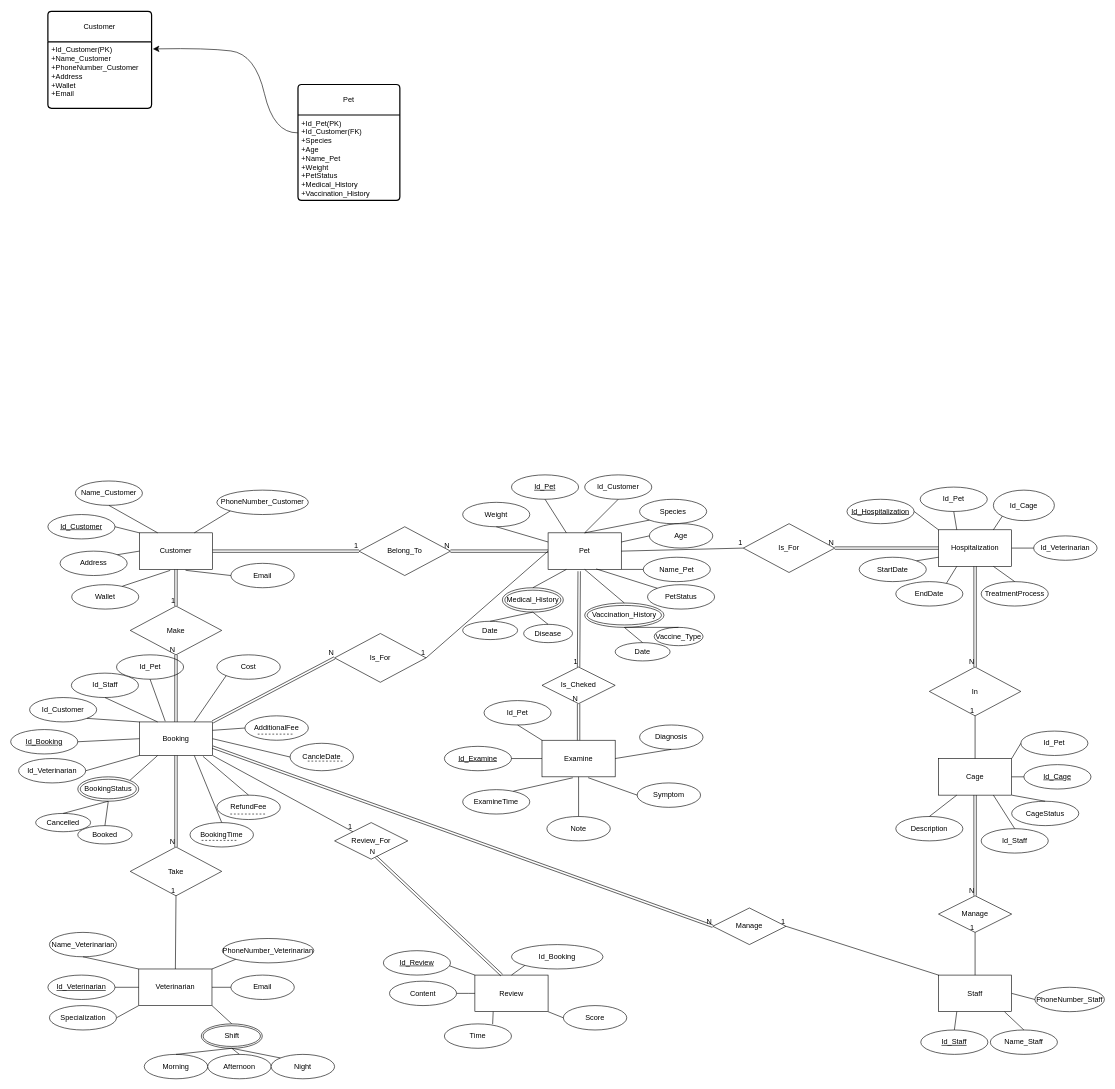
Above: ERDOfProject.drawio in haq1904/PetHealthCareSystemProject (draw.io), before the change. Source tidied: cells renumbered, new cells numbered last; positions are measured from the earlier drawing's top-left corner, leaving out a move shared by most shapes. Both pictures are drawn from the tidied source at 61%, with x=0, y=0 at pixel (10, 11).
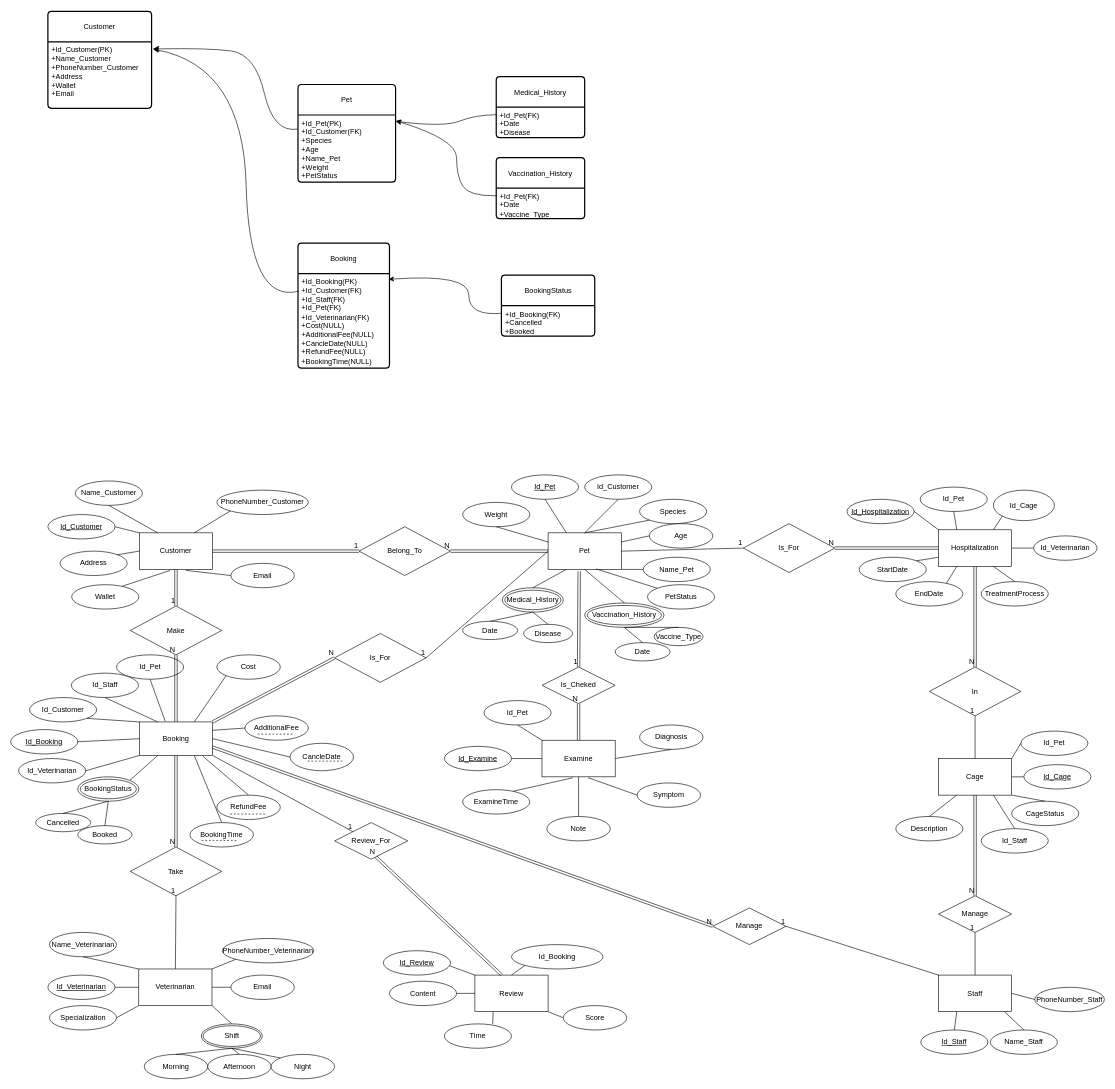
Above is the later version.

Commit message:
Cập nhật ERDOfProject.drawio

Unchanged cells that the change refers to:
```xml
<mxCell id="200" value="+&lt;span style=&quot;text-align: center; text-wrap-mode: wrap;&quot;&gt;Id_Customer(PK)&lt;/span&gt;&lt;br&gt;+&lt;span style=&quot;text-align: center; text-wrap-mode: wrap;&quot;&gt;Name_Customer&lt;/span&gt;&lt;br&gt;+&lt;span style=&quot;text-align: center; text-wrap-mode: wrap;&quot;&gt;PhoneNumber_Customer&lt;/span&gt;&lt;div&gt;+&lt;span style=&quot;text-align: center; text-wrap-mode: wrap; background-color: initial;&quot;&gt;Address&lt;/span&gt;&lt;/div&gt;&lt;div&gt;+&lt;span style=&quot;text-align: center; text-wrap-mode: wrap; background-color: initial;&quot;&gt;Wallet&lt;/span&gt;&lt;/div&gt;&lt;div&gt;+&lt;span style=&quot;text-align: center; text-wrap-mode: wrap; background-color: initial;&quot;&gt;Email&lt;/span&gt;&lt;/div&gt;" style="align=left;strokeColor=none;fillColor=none;spacingLeft=4;fontSize=12;verticalAlign=top;html=1;" parent="199" vertex="1">
  <mxGeometry y="50" width="170" height="109" as="geometry" />
</mxCell>
```

The edit, as a diff of the source:
```diff
@@
     <mxCell id="201" value="&lt;span style=&quot;font-size: 12px;&quot;&gt;Pet&lt;/span&gt;" style="swimlane;horizontal=1;startSize=50;rounded=1;fontSize=14;fontStyle=0;strokeWidth=2;shadow=0;dashed=0;align=center;arcSize=4;whiteSpace=wrap;html=1;" parent="1" vertex="1">
-      <mxGeometry x="471" y="120" width="167" height="190" as="geometry" />
+      <mxGeometry x="471" y="120" width="160" height="160" as="geometry" />
     </mxCell>
-    <mxCell id="202" value="+&lt;span style=&quot;text-align: center; text-wrap-mode: wrap;&quot;&gt;Id_Pet&lt;/span&gt;&lt;span style=&quot;text-align: center; text-wrap-mode: wrap;&quot;&gt;(PK)&lt;/span&gt;&lt;br&gt;+&lt;span style=&quot;text-align: center; text-wrap-mode: wrap;&quot;&gt;Id_Customer(FK)&lt;/span&gt;&lt;br&gt;&lt;div&gt;&lt;span style=&quot;text-align: center; text-wrap-mode: wrap;&quot;&gt;+Species&lt;/span&gt;&lt;/div&gt;&lt;div&gt;+&lt;span style=&quot;text-align: center; text-wrap-mode: wrap; background-color: initial;&quot;&gt;Age&lt;/span&gt;&lt;/div&gt;&lt;div&gt;+&lt;span style=&quot;text-align: center; text-wrap-mode: wrap; background-color: initial;&quot;&gt;Name_Pet&lt;/span&gt;&lt;/div&gt;&lt;div&gt;+&lt;span style=&quot;text-align: center; text-wrap-mode: wrap; background-color: initial;&quot;&gt;Weight&lt;/span&gt;&lt;/div&gt;&lt;div&gt;&lt;span style=&quot;text-align: center; text-wrap-mode: wrap; background-color: initial;&quot;&gt;+PetStatus&lt;/span&gt;&lt;/div&gt;&lt;div&gt;&lt;span style=&quot;text-align: center; text-wrap-mode: wrap; background-color: initial;&quot;&gt;+Medical_History&lt;/span&gt;&lt;/div&gt;&lt;div&gt;&lt;span style=&quot;text-align: center; text-wrap-mode: wrap; background-color: initial;&quot;&gt;+&lt;/span&gt;&lt;span style=&quot;text-align: center; text-wrap-mode: wrap; background-color: initial;&quot;&gt;Vaccination_History&lt;/span&gt;&lt;/div&gt;" style="align=left;strokeColor=none;fillColor=none;spacingLeft=4;fontSize=12;verticalAlign=top;html=1;" parent="201" vertex="1">
-      <mxGeometry y="50" width="167" height="140" as="geometry" />
+    <mxCell id="202" value="+&lt;span style=&quot;text-align: center; text-wrap-mode: wrap;&quot;&gt;Id_Pet&lt;/span&gt;&lt;span style=&quot;text-align: center; text-wrap-mode: wrap;&quot;&gt;(PK)&lt;/span&gt;&lt;br&gt;+&lt;span style=&quot;text-align: center; text-wrap-mode: wrap;&quot;&gt;Id_Customer(FK)&lt;/span&gt;&lt;br&gt;&lt;div&gt;&lt;span style=&quot;text-align: center; text-wrap-mode: wrap;&quot;&gt;+Species&lt;/span&gt;&lt;/div&gt;&lt;div&gt;+&lt;span style=&quot;text-align: center; text-wrap-mode: wrap; background-color: initial;&quot;&gt;Age&lt;/span&gt;&lt;/div&gt;&lt;div&gt;+&lt;span style=&quot;text-align: center; text-wrap-mode: wrap; background-color: initial;&quot;&gt;Name_Pet&lt;/span&gt;&lt;/div&gt;&lt;div&gt;+&lt;span style=&quot;text-align: center; text-wrap-mode: wrap; background-color: initial;&quot;&gt;Weight&lt;/span&gt;&lt;/div&gt;&lt;div&gt;&lt;span style=&quot;text-align: center; text-wrap-mode: wrap; background-color: initial;&quot;&gt;+PetStatus&lt;/span&gt;&lt;/div&gt;" style="align=left;strokeColor=none;fillColor=none;spacingLeft=4;fontSize=12;verticalAlign=top;html=1;" parent="201" vertex="1">
+      <mxGeometry y="50" width="160" height="110" as="geometry" />
     </mxCell>
@@
+    <mxCell id="204" value="&lt;span style=&quot;font-size: 12px;&quot;&gt;Medical_History&lt;/span&gt;" style="swimlane;horizontal=1;startSize=50;rounded=1;fontSize=14;fontStyle=0;strokeWidth=2;shadow=0;dashed=0;align=center;arcSize=4;whiteSpace=wrap;html=1;" parent="1" vertex="1">
+      <mxGeometry x="796" y="107" width="145" height="100" as="geometry" />
+    </mxCell>
+    <mxCell id="205" value="+&lt;span style=&quot;text-wrap-mode: wrap; text-align: center;&quot;&gt;Id_Pet&lt;/span&gt;&lt;span style=&quot;text-wrap-mode: wrap; text-align: center;&quot;&gt;(FK)&lt;/span&gt;&lt;br&gt;+&lt;span style=&quot;text-align: center; text-wrap-mode: wrap;&quot;&gt;Date&lt;/span&gt;&lt;br&gt;+&lt;span style=&quot;text-align: center; text-wrap-mode: wrap;&quot;&gt;Disease&lt;/span&gt;" style="align=left;strokeColor=none;fillColor=none;spacingLeft=4;fontSize=12;verticalAlign=top;html=1;" parent="204" vertex="1">
+      <mxGeometry y="50" width="145" height="50" as="geometry" />
+    </mxCell>
+    <mxCell id="206" value="&lt;span style=&quot;font-size: 12px;&quot;&gt;Vaccination_History&lt;/span&gt;" style="swimlane;horizontal=1;startSize=50;rounded=1;fontSize=14;fontStyle=0;strokeWidth=2;shadow=0;dashed=0;align=center;arcSize=4;whiteSpace=wrap;html=1;" parent="1" vertex="1">
+      <mxGeometry x="796" y="240" width="145" height="100" as="geometry" />
+    </mxCell>
+    <mxCell id="207" value="+&lt;span style=&quot;text-wrap-mode: wrap; text-align: center;&quot;&gt;Id_Pet&lt;/span&gt;&lt;span style=&quot;text-wrap-mode: wrap; text-align: center;&quot;&gt;(FK)&lt;/span&gt;&lt;br&gt;+&lt;span style=&quot;text-align: center; text-wrap-mode: wrap;&quot;&gt;Date&lt;/span&gt;&lt;br&gt;+&lt;span style=&quot;text-align: center; text-wrap-mode: wrap;&quot;&gt;Vaccine_Type&lt;/span&gt;" style="align=left;strokeColor=none;fillColor=none;spacingLeft=4;fontSize=12;verticalAlign=top;html=1;" parent="206" vertex="1">
+      <mxGeometry y="50" width="145" height="50" as="geometry" />
+    </mxCell>
+    <mxCell id="208" style="curved=1;endArrow=classic;html=1;rounded=0;entryX=1;entryY=0.095;entryDx=0;entryDy=0;entryPerimeter=0;exitX=0;exitY=0.25;exitDx=0;exitDy=0;" parent="1" edge="1" source="205" target="202">
+      <mxGeometry relative="1" as="geometry">
+        <Array as="points">
+          <mxPoint x="761" y="170" />
+          <mxPoint x="711" y="190" />
+        </Array>
+      </mxGeometry>
+    </mxCell>
+    <mxCell id="209" style="curved=1;endArrow=classic;html=1;rounded=0;entryX=1.006;entryY=0.088;entryDx=0;entryDy=0;entryPerimeter=0;exitX=0;exitY=0.25;exitDx=0;exitDy=0;" parent="1" edge="1" source="207" target="202">
+      <mxGeometry relative="1" as="geometry">
+        <Array as="points">
+          <mxPoint x="751" y="303" />
+          <mxPoint x="731" y="270" />
+          <mxPoint x="731" y="210" />
+        </Array>
+      </mxGeometry>
+    </mxCell>
+    <mxCell id="210" value="&lt;span style=&quot;font-size: 12px;&quot;&gt;Booking&lt;/span&gt;" style="swimlane;horizontal=1;startSize=50;rounded=1;fontSize=14;fontStyle=0;strokeWidth=2;shadow=0;dashed=0;align=center;arcSize=4;whiteSpace=wrap;html=1;" parent="1" vertex="1">
+      <mxGeometry x="471" y="380" width="150" height="205" as="geometry" />
+    </mxCell>
+    <mxCell id="211" value="+&lt;span style=&quot;text-align: center; text-wrap-mode: wrap;&quot;&gt;Id_Booking(PK)&lt;/span&gt;&lt;br&gt;+&lt;span style=&quot;text-align: center; text-wrap-mode: wrap;&quot;&gt;Id_Customer(FK)&lt;/span&gt;&lt;br&gt;+&lt;span style=&quot;text-align: center; text-wrap-mode: wrap;&quot;&gt;Id_Staff(FK)&lt;/span&gt;&lt;div&gt;+&lt;span style=&quot;text-align: center; text-wrap-mode: wrap;&quot;&gt;Id_Pet(FK)&lt;/span&gt;&lt;br&gt;+&lt;span style=&quot;text-align: center; text-wrap-mode: wrap;&quot;&gt;Id_Veterinarian(FK)&lt;/span&gt;&lt;br&gt;+&lt;span style=&quot;text-align: center; text-wrap-mode: wrap; background-color: initial;&quot;&gt;Cost(NULL)&lt;/span&gt;&lt;/div&gt;&lt;div&gt;+&lt;span style=&quot;text-align: center; text-wrap-mode: wrap;&quot;&gt;AdditionalFee(NULL)&lt;/span&gt;&lt;br&gt;+&lt;span style=&quot;text-align: center; text-wrap-mode: wrap;&quot;&gt;CancleDate(NULL)&lt;/span&gt;&lt;br&gt;+&lt;span style=&quot;text-align: center; text-wrap-mode: wrap; background-color: initial;&quot;&gt;RefundFee(NULL)&lt;/span&gt;&lt;/div&gt;&lt;div&gt;+&lt;span style=&quot;text-align: center; text-wrap-mode: wrap;&quot;&gt;BookingTime(NULL)&lt;/span&gt;&lt;/div&gt;&lt;div&gt;&lt;div style=&quot;text-align: center;&quot;&gt;&lt;span style=&quot;text-wrap-mode: wrap;&quot;&gt;&lt;br&gt;&lt;/span&gt;&lt;/div&gt;&lt;br&gt;&lt;/div&gt;" style="align=left;strokeColor=none;fillColor=none;spacingLeft=4;fontSize=12;verticalAlign=top;html=1;" parent="210" vertex="1">
+      <mxGeometry y="50" width="150" height="155" as="geometry" />
+    </mxCell>
+    <mxCell id="212" value="&lt;span style=&quot;font-size: 12px;&quot;&gt;BookingStatus&lt;/span&gt;" style="swimlane;horizontal=1;startSize=50;rounded=1;fontSize=14;fontStyle=0;strokeWidth=2;shadow=0;dashed=0;align=center;arcSize=4;whiteSpace=wrap;html=1;" parent="1" vertex="1">
+      <mxGeometry x="804.5" y="432.5" width="153" height="100" as="geometry" />
+    </mxCell>
+    <mxCell id="213" value="+&lt;span style=&quot;text-wrap-mode: wrap; text-align: center;&quot;&gt;Id_Booking(FK)&lt;/span&gt;&lt;br&gt;+&lt;span style=&quot;text-align: center; text-wrap-mode: wrap;&quot;&gt;Cancelled&lt;/span&gt;&lt;br&gt;+&lt;span style=&quot;text-align: center; text-wrap-mode: wrap;&quot;&gt;Booked&lt;/span&gt;" style="align=left;strokeColor=none;fillColor=none;spacingLeft=4;fontSize=12;verticalAlign=top;html=1;" parent="212" vertex="1">
+      <mxGeometry y="50" width="153" height="50" as="geometry" />
+    </mxCell>
+    <mxCell id="214" style="curved=1;endArrow=classic;html=1;rounded=0;exitX=0;exitY=0.25;exitDx=0;exitDy=0;entryX=0.991;entryY=0.061;entryDx=0;entryDy=0;entryPerimeter=0;" parent="1" edge="1" source="213" target="211">
+      <mxGeometry relative="1" as="geometry">
+        <Array as="points">
+          <mxPoint x="751" y="500" />
+          <mxPoint x="751" y="430" />
+        </Array>
+      </mxGeometry>
+    </mxCell>
+    <mxCell id="215" style="curved=1;endArrow=classic;html=1;rounded=0;entryX=1.017;entryY=0.112;entryDx=0;entryDy=0;entryPerimeter=0;exitX=0.008;exitY=0.186;exitDx=0;exitDy=0;exitPerimeter=0;" parent="1" edge="1" source="211" target="200">
+      <mxGeometry relative="1" as="geometry">
+        <Array as="points">
+          <mxPoint x="391" y="480" />
+          <mxPoint x="381" y="90" />
+        </Array>
+      </mxGeometry>
+    </mxCell>
```
